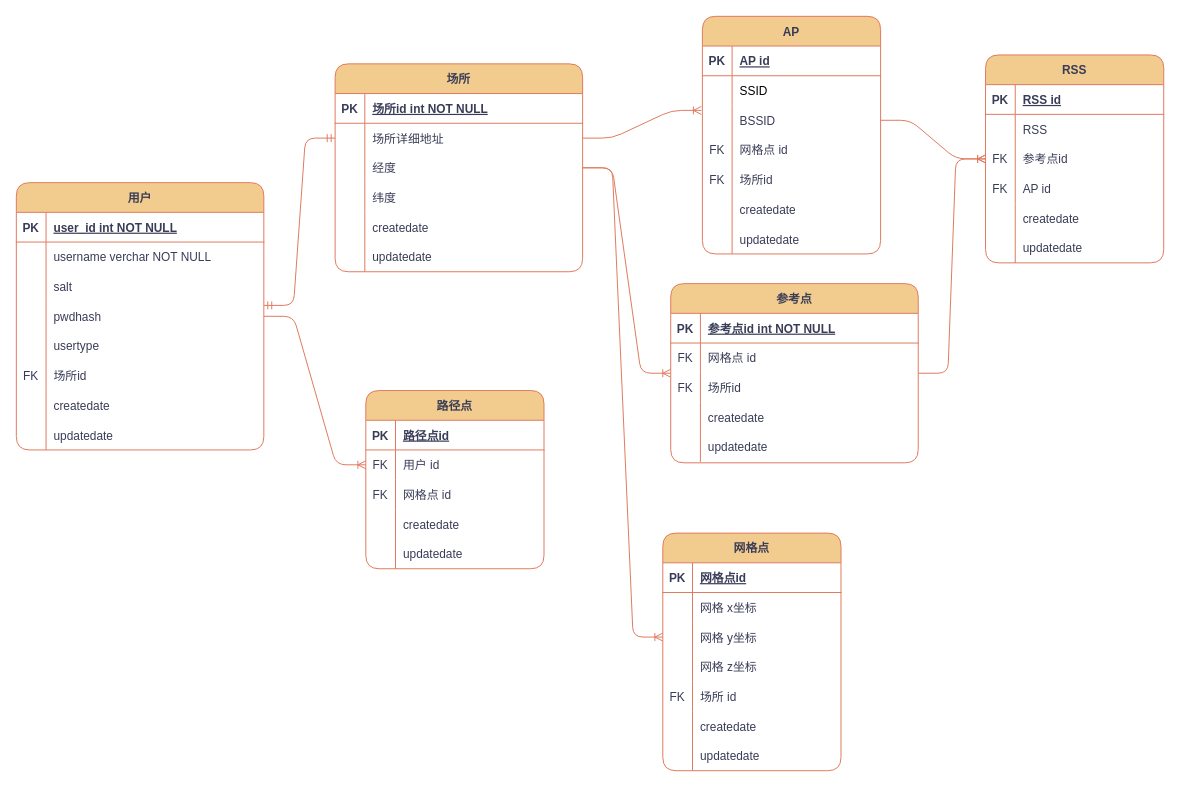
Above: 毕业设计ER图.drawio in gaohongy/Graduation-Project (draw.io), before the change. Source tidied: cells renumbered, new cells numbered last; positions are measured from the earlier drawing's top-left corner, leaving out a move shared by most shapes. Both pictures are drawn from the tidied source at 99%, with x=0, y=0 at pixel (16, 16).
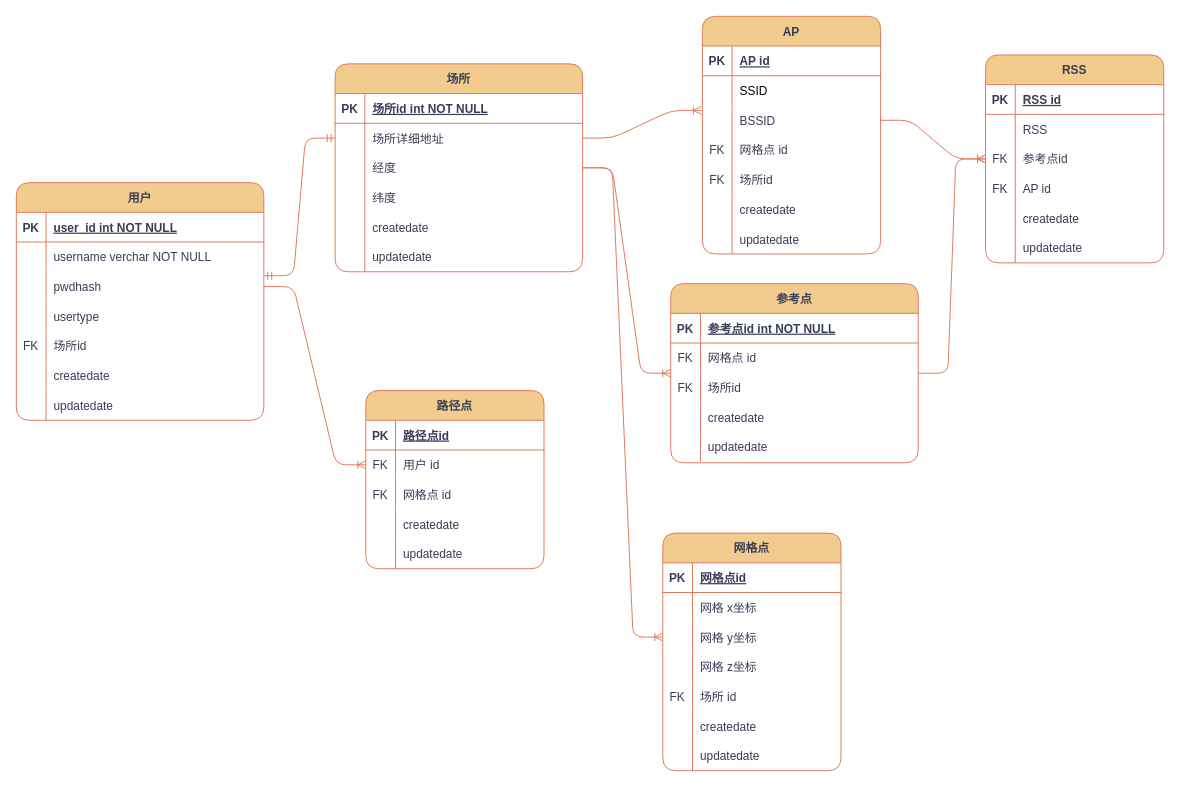
The same page after the edit.

Commit message:
删除用户salt字段

What changed in the source:
```diff
@@
     <mxCell id="37" value="用户" style="shape=table;startSize=30;childLayout=tableLayout;rowLines=0;fontStyle=1;align=center;labelBackgroundColor=none;fillColor=#F2CC8F;strokeColor=#E07A5F;fontColor=#393C56;rounded=1;" parent="1" vertex="1">
-      <mxGeometry y="168" width="250" height="270" as="geometry" />
+      <mxGeometry y="168" width="250" height="240" as="geometry" />
     </mxCell>
@@
-    <mxCell id="44" style="shape=tableRow;horizontal=0;startSize=0;swimlaneHead=0;swimlaneBody=0;fillColor=none;top=0;left=0;right=0;bottom=0;labelBackgroundColor=none;strokeColor=#E07A5F;fontColor=#393C56;rounded=1;" parent="37" vertex="1">
-      <mxGeometry y="90" width="250" height="30" as="geometry" />
-    </mxCell>
-    <mxCell id="45" style="shape=partialRectangle;fillColor=none;top=0;left=0;bottom=0;right=0;overflow=hidden;labelBackgroundColor=none;strokeColor=#E07A5F;fontColor=#393C56;rounded=1;" parent="44" vertex="1">
-      <mxGeometry width="30" height="30" as="geometry" />
-    </mxCell>
-    <mxCell id="46" value="salt" style="shape=partialRectangle;fillColor=none;top=0;left=0;bottom=0;right=0;align=left;spacingLeft=6;overflow=hidden;labelBackgroundColor=none;strokeColor=#E07A5F;fontColor=#393C56;rounded=1;" parent="44" vertex="1">
-      <mxGeometry x="30" width="220" height="30" as="geometry" />
-    </mxCell>
     <mxCell id="47" style="shape=tableRow;horizontal=0;startSize=0;swimlaneHead=0;swimlaneBody=0;fillColor=none;points=[[0,0.5],[1,0.5]];portConstraint=eastwest;top=0;left=0;right=0;bottom=0;labelBackgroundColor=none;strokeColor=#E07A5F;fontColor=#393C56;rounded=1;" parent="37" vertex="1">
-      <mxGeometry y="120" width="250" height="30" as="geometry" />
+      <mxGeometry y="90" width="250" height="30" as="geometry" />
     </mxCell>
@@
     <mxCell id="50" style="shape=tableRow;horizontal=0;startSize=0;swimlaneHead=0;swimlaneBody=0;fillColor=none;top=0;left=0;right=0;bottom=0;labelBackgroundColor=none;strokeColor=#E07A5F;fontColor=#393C56;rounded=1;" parent="37" vertex="1">
-      <mxGeometry y="150" width="250" height="30" as="geometry" />
+      <mxGeometry y="120" width="250" height="30" as="geometry" />
     </mxCell>
@@
     <mxCell id="53" style="shape=tableRow;horizontal=0;startSize=0;swimlaneHead=0;swimlaneBody=0;fillColor=none;top=0;left=0;right=0;bottom=0;labelBackgroundColor=none;strokeColor=#E07A5F;fontColor=#393C56;rounded=1;" parent="37" vertex="1">
-      <mxGeometry y="180" width="250" height="30" as="geometry" />
+      <mxGeometry y="150" width="250" height="30" as="geometry" />
     </mxCell>
@@
     <mxCell id="56" style="shape=tableRow;horizontal=0;startSize=0;swimlaneHead=0;swimlaneBody=0;fillColor=none;top=0;left=0;right=0;bottom=0;labelBackgroundColor=none;strokeColor=#E07A5F;fontColor=#393C56;rounded=1;" parent="37" vertex="1">
-      <mxGeometry y="210" width="250" height="30" as="geometry" />
+      <mxGeometry y="180" width="250" height="30" as="geometry" />
     </mxCell>
@@
     <mxCell id="59" style="shape=tableRow;horizontal=0;startSize=0;swimlaneHead=0;swimlaneBody=0;fillColor=none;top=0;left=0;right=0;bottom=0;labelBackgroundColor=none;strokeColor=#E07A5F;fontColor=#393C56;rounded=1;" parent="37" vertex="1">
-      <mxGeometry y="240" width="250" height="30" as="geometry" />
+      <mxGeometry y="210" width="250" height="30" as="geometry" />
     </mxCell>
```
